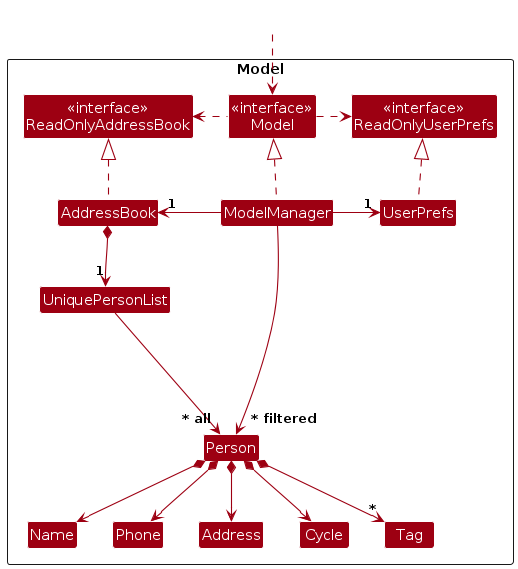
Earlier version of the PlantUML export diagrams/ModelClassDiagram.png (AprupKale/tp). Its source is kept beside it as diagrams/ModelClassDiagram.puml. Source of this version:
```plantuml
@startuml
!include style.puml
skinparam arrowThickness 1.1
skinparam arrowColor MODEL_COLOR
skinparam classBackgroundColor MODEL_COLOR

Package Model as ModelPackage <<Rectangle>>{
Class "<<interface>>\nReadOnlyAddressBook" as ReadOnlyAddressBook
Class "<<interface>>\nReadOnlyUserPrefs" as ReadOnlyUserPrefs
Class "<<interface>>\nModel" as Model
Class AddressBook
Class ModelManager
Class UserPrefs

Class UniquePersonList
Class Person
Class Address
Class Cycle
Class Name
Class Phone
Class Tag

Class I #FFFFFF
}

Class HiddenOutside #FFFFFF
HiddenOutside ..> Model

AddressBook .up.|> ReadOnlyAddressBook

ModelManager .up.|> Model
Model .right.> ReadOnlyUserPrefs
Model .left.> ReadOnlyAddressBook
ModelManager -left-> "1" AddressBook
ModelManager -right-> "1" UserPrefs
UserPrefs .up.|> ReadOnlyUserPrefs

AddressBook *--> "1" UniquePersonList
UniquePersonList --> "~* all" Person
Person *--> Name
Person *--> Phone
Person *--> Cycle
Person *--> Address
Person *--> "*" Tag

Person -[hidden]up--> I
UniquePersonList -[hidden]right-> I

Name -[hidden]right-> Phone
Phone -[hidden]right-> Address
Address -[hidden]right-> Cycle

ModelManager --> "~* filtered" Person
@enduml
```
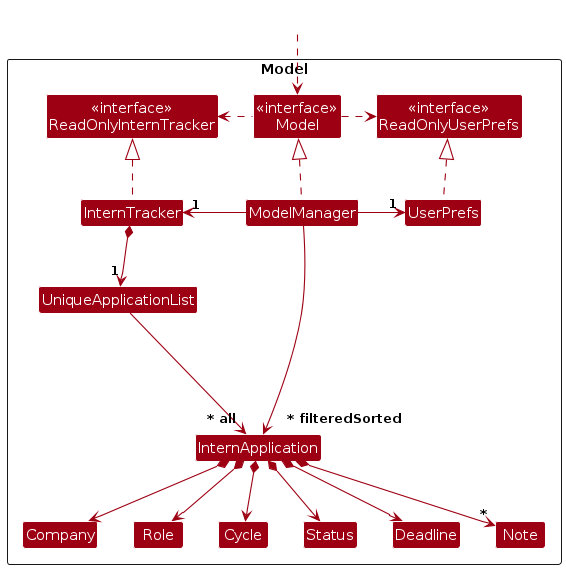
The same diagram one commit later.

What changed in the source:
```diff
@@ -5,20 +5,21 @@
 skinparam classBackgroundColor MODEL_COLOR
 
 Package Model as ModelPackage <<Rectangle>>{
-Class "<<interface>>\nReadOnlyAddressBook" as ReadOnlyAddressBook
+Class "<<interface>>\nReadOnlyInternTracker" as ReadOnlyInternTracker
 Class "<<interface>>\nReadOnlyUserPrefs" as ReadOnlyUserPrefs
 Class "<<interface>>\nModel" as Model
-Class AddressBook
+Class InternTracker
 Class ModelManager
 Class UserPrefs
 
-Class UniquePersonList
-Class Person
-Class Address
+Class UniqueApplicationList
+Class InternApplication
+Class Status
 Class Cycle
-Class Name
-Class Phone
-Class Tag
+Class Company
+Class Role
+Class Deadline
+Class Note
 
 Class I #FFFFFF
 }
@@ -26,29 +27,30 @@
 Class HiddenOutside #FFFFFF
 HiddenOutside ..> Model
 
-AddressBook .up.|> ReadOnlyAddressBook
+InternTracker .up.|> ReadOnlyInternTracker
 
 ModelManager .up.|> Model
 Model .right.> ReadOnlyUserPrefs
-Model .left.> ReadOnlyAddressBook
-ModelManager -left-> "1" AddressBook
+Model .left.> ReadOnlyInternTracker
+ModelManager -left-> "1" InternTracker
 ModelManager -right-> "1" UserPrefs
 UserPrefs .up.|> ReadOnlyUserPrefs
 
-AddressBook *--> "1" UniquePersonList
-UniquePersonList --> "~* all" Person
-Person *--> Name
-Person *--> Phone
-Person *--> Cycle
-Person *--> Address
-Person *--> "*" Tag
+InternTracker *--> "1" UniqueApplicationList
+UniqueApplicationList --> "~* all" InternApplication
+InternApplication *--> Company
+InternApplication *--> Role
+InternApplication *--> Cycle
+InternApplication *--> Status
+InternApplication *--> Deadline
+InternApplication *--> "*" Note
 
-Person -[hidden]up--> I
-UniquePersonList -[hidden]right-> I
+InternApplication -[hidden]up--> I
+UniqueApplicationList -[hidden]right-> I
 
-Name -[hidden]right-> Phone
-Phone -[hidden]right-> Address
-Address -[hidden]right-> Cycle
+Company -[hidden]right-> Role
+Role -[hidden]right-> Cycle
+Cycle -[hidden]right-> Status
 
-ModelManager --> "~* filtered" Person
+ModelManager --> "~* filteredSorted" InternApplication
 @enduml
```
